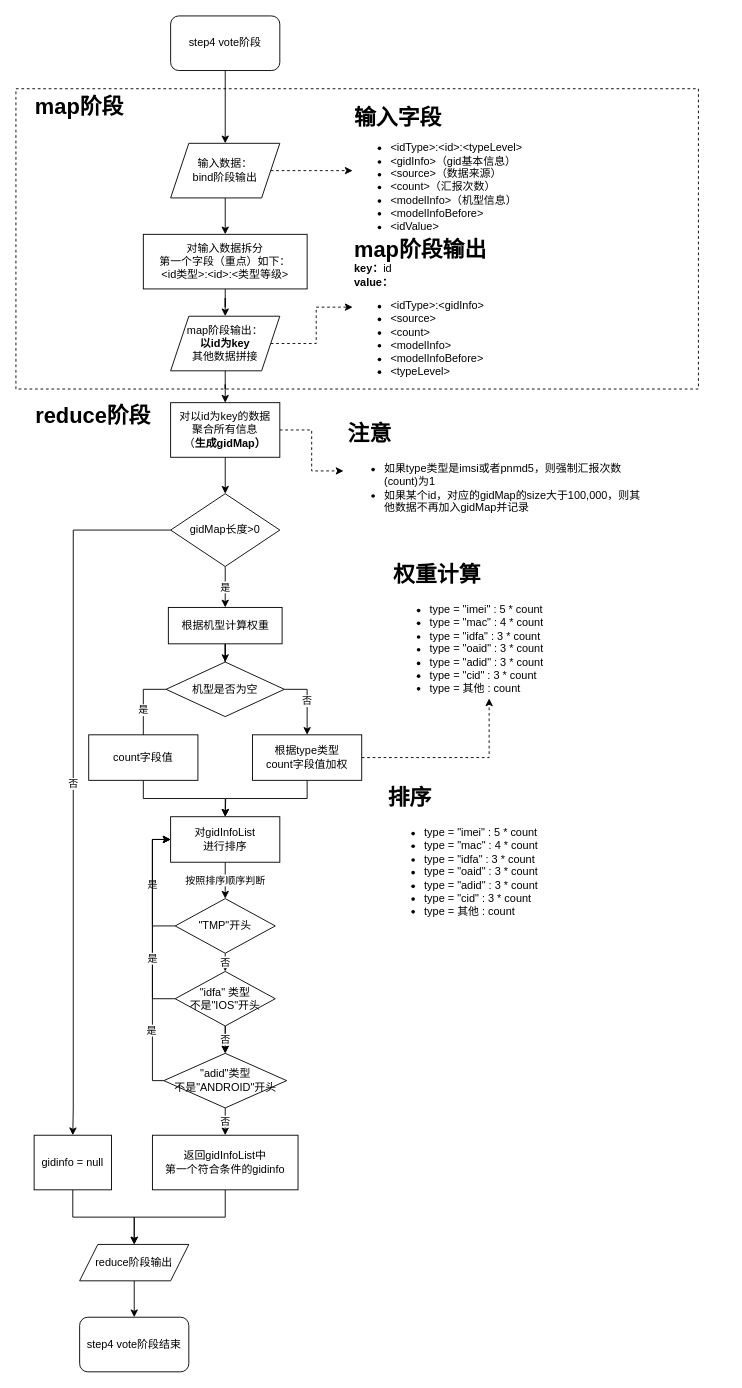
Earlier version of the draw.io diagram Untitled Diagram.drawio (wilsonzyp/helloworld). Source tidied: cells renumbered, new cells numbered last; positions are measured from the earlier drawing's top-left corner, leaving out a move shared by most shapes. Both pictures are drawn from the tidied source at 91%, with x=0, y=0 at pixel (15, 15).
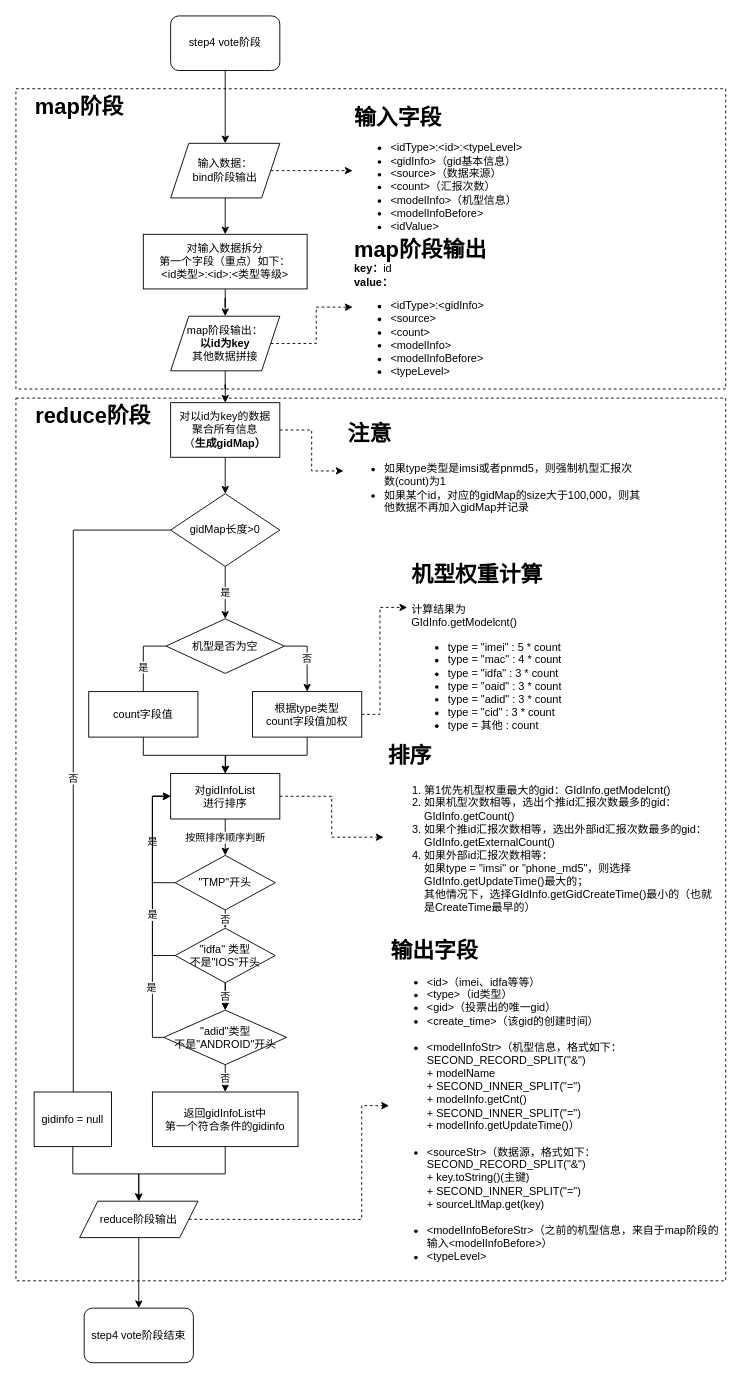
The same diagram, later.

Unchanged cells that the change refers to:
```xml
<mxCell id="18" value="gidMap长度&amp;gt;0" style="rhombus;whiteSpace=wrap;html=1;" parent="1" vertex="1">
  <mxGeometry x="170" y="525" width="120" height="80" as="geometry" />
</mxCell>
```

Change to the diagram source:
```diff
@@
+    <mxCell id="57" style="rounded=0;whiteSpace=wrap;html=1;dashed=1;fillColor=none;" parent="1" vertex="1">
+      <mxGeometry y="420" width="780" height="970" as="geometry" />
+    </mxCell>
     <mxCell id="2" style="rounded=0;whiteSpace=wrap;html=1;dashed=1;fillColor=none;" parent="1" vertex="1">
-      <mxGeometry y="80" width="750" height="330" as="geometry" />
+      <mxGeometry y="80" width="780" height="330" as="geometry" />
     </mxCell>
@@
-    <mxCell id="16" value="是" style="edgeStyle=orthogonalEdgeStyle;rounded=0;jettySize=auto;html=1;exitX=0.5;exitY=1;exitDx=0;exitDy=0;" parent="1" edge="1" source="18" target="22">
+    <mxCell id="16" value="是" style="edgeStyle=orthogonalEdgeStyle;rounded=0;jettySize=auto;html=1;exitX=0.5;exitY=1;exitDx=0;exitDy=0;entryX=0.5;entryY=0;entryDx=0;entryDy=0;" parent="1" edge="1" source="18" target="49">
       <mxGeometry relative="1" as="geometry" />
     </mxCell>
@@
     <mxCell id="20" value="gidinfo = null" style="rounded=0;whiteSpace=wrap;html=1;" parent="1" vertex="1">
-      <mxGeometry x="20" y="1230" width="85" height="60" as="geometry" />
+      <mxGeometry x="20" y="1182.5" width="85" height="60" as="geometry" />
     </mxCell>
-    <mxCell id="21" style="edgeStyle=orthogonalEdgeStyle;rounded=0;jettySize=auto;html=1;exitX=0.5;exitY=1;exitDx=0;exitDy=0;" parent="1" edge="1" source="22" target="49">
-      <mxGeometry relative="1" as="geometry" />
-    </mxCell>
-    <mxCell id="22" value="根据机型计算权重" style="rounded=0;whiteSpace=wrap;html=1;" parent="1" vertex="1">
-      <mxGeometry x="167.5" y="650" width="125" height="40" as="geometry" />
-    </mxCell>
@@
+    <mxCell id="58" style="edgeStyle=orthogonalEdgeStyle;rounded=0;jettySize=auto;html=1;exitX=1;exitY=0.5;exitDx=0;exitDy=0;entryX=0;entryY=0.5;entryDx=0;entryDy=0;dashed=1;" parent="1" edge="1" source="24" target="56">
+      <mxGeometry relative="1" as="geometry" />
+    </mxCell>
     <mxCell id="24" value="对gidInfoList&lt;br&gt;进行排序" style="rounded=0;whiteSpace=wrap;html=1;" parent="1" vertex="1">
-      <mxGeometry x="170" y="880" width="120" height="50" as="geometry" />
+      <mxGeometry x="170" y="832.5" width="120" height="50" as="geometry" />
     </mxCell>
@@
     <mxCell id="27" value="&quot;TMP&quot;开头" style="rhombus;whiteSpace=wrap;html=1;" parent="1" vertex="1">
-      <mxGeometry x="175" y="970" width="110" height="60" as="geometry" />
+      <mxGeometry x="175" y="922.5" width="110" height="60" as="geometry" />
     </mxCell>
     <mxCell id="28" style="edgeStyle=orthogonalEdgeStyle;rounded=0;jettySize=auto;html=1;exitX=0;exitY=0.5;exitDx=0;exitDy=0;entryX=0;entryY=0.5;entryDx=0;entryDy=0;" parent="1" edge="1" source="31" target="24">
       <mxGeometry relative="1" as="geometry">
         <Array as="points">
-          <mxPoint x="150" y="1170" />
-          <mxPoint x="150" y="905" />
+          <mxPoint x="150" y="1122.5" />
+          <mxPoint x="150" y="857.5" />
         </Array>
       </mxGeometry>
     </mxCell>
@@
     <mxCell id="31" value="&quot;adid&quot;类型&lt;br&gt;不是&quot;ANDROID&quot;开头" style="rhombus;whiteSpace=wrap;html=1;" parent="1" vertex="1">
-      <mxGeometry x="162.5" y="1140" width="135" height="60" as="geometry" />
+      <mxGeometry x="162.5" y="1092.5" width="135" height="60" as="geometry" />
     </mxCell>
     <mxCell id="32" style="edgeStyle=orthogonalEdgeStyle;rounded=0;jettySize=auto;html=1;exitX=0;exitY=0.5;exitDx=0;exitDy=0;entryX=0;entryY=0.5;entryDx=0;entryDy=0;" parent="1" edge="1" source="36" target="24">
       <mxGeometry relative="1" as="geometry">
         <Array as="points">
-          <mxPoint x="150" y="1080" />
-          <mxPoint x="150" y="905" />
+          <mxPoint x="150" y="1032.5" />
+          <mxPoint x="150" y="857.5" />
         </Array>
       </mxGeometry>
     </mxCell>
@@
     <mxCell id="36" value="&quot;idfa&quot; 类型&lt;br&gt;不是&quot;IOS&quot;开头" style="rhombus;whiteSpace=wrap;html=1;" parent="1" vertex="1">
-      <mxGeometry x="175" y="1050" width="110" height="60" as="geometry" />
+      <mxGeometry x="175" y="1002.5" width="110" height="60" as="geometry" />
     </mxCell>
@@
     <mxCell id="38" value="&lt;span&gt;返回gidInfoList中&lt;/span&gt;&lt;br&gt;&lt;span&gt;第一个符合条件的gidinfo&lt;/span&gt;" style="whiteSpace=wrap;html=1;" parent="1" vertex="1">
-      <mxGeometry x="150" y="1230" width="160" height="60" as="geometry" />
+      <mxGeometry x="150" y="1182.5" width="160" height="60" as="geometry" />
     </mxCell>
@@
+    <mxCell id="59" style="edgeStyle=orthogonalEdgeStyle;rounded=0;jettySize=auto;html=1;dashed=1;" parent="1" edge="1" source="40" target="60">
+      <mxGeometry relative="1" as="geometry">
+        <Array as="points">
+          <mxPoint x="380" y="1322.5" />
+          <mxPoint x="380" y="1197.5" />
+        </Array>
+      </mxGeometry>
+    </mxCell>
     <mxCell id="40" value="reduce阶段输出" style="shape=parallelogram;perimeter=parallelogramPerimeter;whiteSpace=wrap;html=1;fixedSize=1;" parent="1" vertex="1">
-      <mxGeometry x="70" y="1350" width="120" height="40" as="geometry" />
+      <mxGeometry x="70" y="1302.5" width="130" height="40" as="geometry" />
     </mxCell>
     <mxCell id="41" value="step4 vote阶段结束" style="rounded=1;whiteSpace=wrap;html=1;" parent="1" vertex="1">
-      <mxGeometry x="70" y="1430" width="120" height="60" as="geometry" />
+      <mxGeometry x="75" y="1420" width="120" height="60" as="geometry" />
     </mxCell>
@@
-    <mxCell id="44" value="&lt;h1&gt;注意&lt;/h1&gt;&lt;p&gt;&lt;/p&gt;&lt;ul&gt;&lt;li&gt;如果type类型是imsi或者pnmd5，则强制汇报次数(count)为1&lt;/li&gt;&lt;li&gt;如果某个id，对应的gidMap的size大于100,000，则其他数据不再加入gidMap并记录&lt;/li&gt;&lt;/ul&gt;&lt;p&gt;&lt;/p&gt;" style="text;html=1;strokeColor=none;fillColor=none;spacing=5;spacingTop=-20;whiteSpace=wrap;overflow=hidden;rounded=0;" parent="1" vertex="1">
+    <mxCell id="44" value="&lt;h1&gt;注意&lt;/h1&gt;&lt;p&gt;&lt;/p&gt;&lt;ul&gt;&lt;li&gt;如果type类型是imsi或者pnmd5，则强制机型汇报次数(count)为1&lt;/li&gt;&lt;li&gt;如果某个id，对应的gidMap的size大于100,000，则其他数据不再加入gidMap并记录&lt;/li&gt;&lt;/ul&gt;&lt;p&gt;&lt;/p&gt;" style="text;html=1;strokeColor=none;fillColor=none;spacing=5;spacingTop=-20;whiteSpace=wrap;overflow=hidden;rounded=0;" parent="1" vertex="1">
       <mxGeometry x="360" y="440" width="330" height="120" as="geometry" />
     </mxCell>
@@
     <mxCell id="48" value="是" style="edgeStyle=orthogonalEdgeStyle;rounded=0;jettySize=auto;html=1;entryX=0.5;entryY=0;entryDx=0;entryDy=0;" parent="1" edge="1" source="49" target="54">
       <mxGeometry relative="1" as="geometry">
         <Array as="points">
-          <mxPoint x="140" y="740" />
-          <mxPoint x="140" y="800" />
+          <mxPoint x="140" y="692.5" />
+          <mxPoint x="140" y="752.5" />
         </Array>
       </mxGeometry>
     </mxCell>
     <mxCell id="49" value="机型是否为空" style="rhombus;whiteSpace=wrap;html=1;" parent="1" vertex="1">
-      <mxGeometry x="165" y="710" width="130" height="60" as="geometry" />
+      <mxGeometry x="165" y="662.5" width="130" height="60" as="geometry" />
     </mxCell>
     <mxCell id="50" style="edgeStyle=orthogonalEdgeStyle;rounded=0;jettySize=auto;html=1;exitX=0.5;exitY=1;exitDx=0;exitDy=0;" parent="1" edge="1" source="52">
       <mxGeometry relative="1" as="geometry">
-        <mxPoint x="230" y="880" as="targetPoint" />
+        <mxPoint x="230" y="832.5" as="targetPoint" />
       </mxGeometry>
     </mxCell>
-    <mxCell id="51" style="edgeStyle=orthogonalEdgeStyle;rounded=0;jettySize=auto;html=1;exitX=1;exitY=0.5;exitDx=0;exitDy=0;dashed=1;" parent="1" edge="1" source="52" target="55">
-      <mxGeometry relative="1" as="geometry" />
+    <mxCell id="51" style="edgeStyle=orthogonalEdgeStyle;rounded=0;jettySize=auto;html=1;exitX=1;exitY=0.5;exitDx=0;exitDy=0;dashed=1;" parent="1" edge="1" source="52">
+      <mxGeometry relative="1" as="geometry">
+        <mxPoint x="430" y="650" as="targetPoint" />
+        <Array as="points">
+          <mxPoint x="400" y="768" />
+          <mxPoint x="400" y="650" />
+        </Array>
+      </mxGeometry>
     </mxCell>
     <mxCell id="52" value="根据type类型&lt;br&gt;count字段值加权" style="rounded=0;whiteSpace=wrap;html=1;fillColor=#ffffff;" parent="1" vertex="1">
-      <mxGeometry x="260" y="790" width="120" height="50" as="geometry" />
+      <mxGeometry x="260" y="742.5" width="120" height="50" as="geometry" />
     </mxCell>
@@
     <mxCell id="54" value="count字段值" style="rounded=0;whiteSpace=wrap;html=1;fillColor=#ffffff;" parent="1" vertex="1">
-      <mxGeometry x="80" y="790" width="120" height="50" as="geometry" />
+      <mxGeometry x="80" y="742.5" width="120" height="50" as="geometry" />
     </mxCell>
-    <mxCell id="55" value="&lt;h1&gt;权重计算&lt;/h1&gt;&lt;p&gt;&lt;/p&gt;&lt;ul&gt;&lt;li&gt;&lt;span&gt;type = &quot;imei&quot; : 5 * count&lt;/span&gt;&lt;br&gt;&lt;/li&gt;&lt;li&gt;type = &quot;mac&quot; : 4 * count&lt;/li&gt;&lt;li&gt;type = &quot;idfa&quot; : 3 * count&lt;/li&gt;&lt;li&gt;type = &quot;oaid&quot; : 3 * count&lt;/li&gt;&lt;li&gt;type = &quot;adid&quot; : 3 * count&lt;/li&gt;&lt;li&gt;type = &quot;cid&quot; : 3 * count&lt;/li&gt;&lt;li&gt;type = 其他 : count&lt;/li&gt;&lt;/ul&gt;&lt;p&gt;&lt;/p&gt;" style="text;html=1;strokeColor=none;fillColor=none;spacing=5;spacingTop=-20;whiteSpace=wrap;overflow=hidden;rounded=0;" parent="1" vertex="1">
-      <mxGeometry x="410" y="595" width="220" height="155" as="geometry" />
+    <mxCell id="55" value="&lt;h1&gt;机型权重计算&lt;/h1&gt;&lt;div&gt;计算结果为&lt;/div&gt;GIdInfo.getModelcnt()&lt;p&gt;&lt;/p&gt;&lt;ul&gt;&lt;li&gt;&lt;span&gt;type = &quot;imei&quot; : 5 * count&lt;/span&gt;&lt;br&gt;&lt;/li&gt;&lt;li&gt;type = &quot;mac&quot; : 4 * count&lt;/li&gt;&lt;li&gt;type = &quot;idfa&quot; : 3 * count&lt;/li&gt;&lt;li&gt;type = &quot;oaid&quot; : 3 * count&lt;/li&gt;&lt;li&gt;type = &quot;adid&quot; : 3 * count&lt;/li&gt;&lt;li&gt;type = &quot;cid&quot; : 3 * count&lt;/li&gt;&lt;li&gt;type = 其他 : count&lt;/li&gt;&lt;/ul&gt;&lt;p&gt;&lt;/p&gt;" style="text;html=1;strokeColor=none;fillColor=none;spacing=5;spacingTop=-20;whiteSpace=wrap;overflow=hidden;rounded=0;" parent="1" vertex="1">
+      <mxGeometry x="430" y="595" width="300" height="205" as="geometry" />
     </mxCell>
-    <mxCell id="56" value="&lt;h1&gt;排序&lt;/h1&gt;&lt;ul&gt;&lt;li&gt;type = &quot;imei&quot; : 5 * count&lt;/li&gt;&lt;li&gt;type = &quot;mac&quot; : 4 * count&lt;/li&gt;&lt;li&gt;type = &quot;idfa&quot; : 3 * count&lt;/li&gt;&lt;li&gt;type = &quot;oaid&quot; : 3 * count&lt;/li&gt;&lt;li&gt;type = &quot;adid&quot; : 3 * count&lt;/li&gt;&lt;li&gt;type = &quot;cid&quot; : 3 * count&lt;/li&gt;&lt;li&gt;type = 其他 : count&lt;/li&gt;&lt;/ul&gt;&lt;p&gt;&lt;/p&gt;" style="text;html=1;strokeColor=none;fillColor=none;spacing=5;spacingTop=-20;whiteSpace=wrap;overflow=hidden;rounded=0;" parent="1" vertex="1">
-      <mxGeometry x="404" y="840" width="220" height="180" as="geometry" />
+    <mxCell id="56" value="&lt;h1&gt;排序&lt;/h1&gt;&lt;ol&gt;&lt;li&gt;第1优先机型权重最大的gid：GIdInfo.getModelcnt()&lt;/li&gt;&lt;li&gt;如果机型次数相等，选出个推id汇报次数最多的gid：&lt;br&gt;GIdInfo.getCount()&lt;br&gt;&lt;/li&gt;&lt;li&gt;如果个推id汇报次数相等，选出外部id汇报次数最多的gid：&lt;br&gt;GIdInfo.getExternalCount()&lt;br&gt;&lt;/li&gt;&lt;li&gt;如果外部id汇报次数相等：&lt;br&gt;如果type = &quot;imsi&quot; or &quot;phone_md5&quot;，则选择GIdInfo.getUpdateTime()最大的；&lt;br&gt;其他情况下，选择GIdInfo.getGidCreateTime()最小的（也就是CreateTime最早的）&lt;br&gt;&lt;/li&gt;&lt;/ol&gt;&lt;p&gt;&lt;/p&gt;" style="text;html=1;strokeColor=none;fillColor=none;spacing=5;spacingTop=-20;whiteSpace=wrap;overflow=hidden;rounded=0;" parent="1" vertex="1">
+      <mxGeometry x="404" y="792.5" width="376" height="220" as="geometry" />
     </mxCell>
+    <mxCell id="60" value="&lt;div&gt;&lt;b&gt;&lt;font style=&quot;font-size: 24px&quot;&gt;输出字段&lt;/font&gt;&lt;/b&gt;&lt;/div&gt;&lt;ul&gt;&lt;li&gt;&amp;lt;id&amp;gt;（imei、idfa等等）&lt;/li&gt;&lt;li&gt;&amp;lt;type&amp;gt;（id类型）&lt;/li&gt;&lt;li&gt;&amp;lt;gid&amp;gt;（投票出的唯一gid）&lt;/li&gt;&lt;li&gt;&amp;lt;create_time&amp;gt;（该gid的创建时间）&lt;br&gt;&lt;br&gt;&lt;/li&gt;&lt;li&gt;&amp;lt;modelInfoStr&amp;gt;（机型信息，格式如下：&lt;br&gt;SECOND_RECORD_SPLIT(&quot;&amp;amp;&quot;) &lt;br&gt;+ modelName&lt;br&gt;+ SECOND_INNER_SPLIT(&quot;=&quot;) &lt;br&gt;+ modelInfo.getCnt() &lt;br&gt;+ SECOND_INNER_SPLIT(&quot;=&quot;) &lt;br&gt;+ modelInfo.getUpdateTime()）&lt;br&gt;&lt;br&gt;&lt;/li&gt;&lt;li&gt;&amp;lt;sourceStr&amp;gt;（数据源，格式如下：&lt;br&gt;SECOND_RECORD_SPLIT(&quot;&amp;amp;&quot;) &lt;br&gt;+ key.toString()(主键) &lt;br&gt;+ SECOND_INNER_SPLIT(&quot;=&quot;) &lt;br&gt;+ sourceLltMap.get(key)&lt;br&gt;&lt;br&gt;&lt;/li&gt;&lt;li&gt;&amp;lt;modelInfoBeforeStr&amp;gt;（之前的机型信息，来自于map阶段的输入&amp;lt;modelInfoBefore&amp;gt;）&lt;/li&gt;&lt;li&gt;&amp;lt;typeLevel&amp;gt;&lt;br&gt;&lt;/li&gt;&lt;/ul&gt;" style="text;strokeColor=none;fillColor=none;html=1;whiteSpace=wrap;verticalAlign=middle;overflow=hidden;" parent="1" vertex="1">
+      <mxGeometry x="410" y="1002.5" width="370" height="390" as="geometry" />
+    </mxCell>
```
